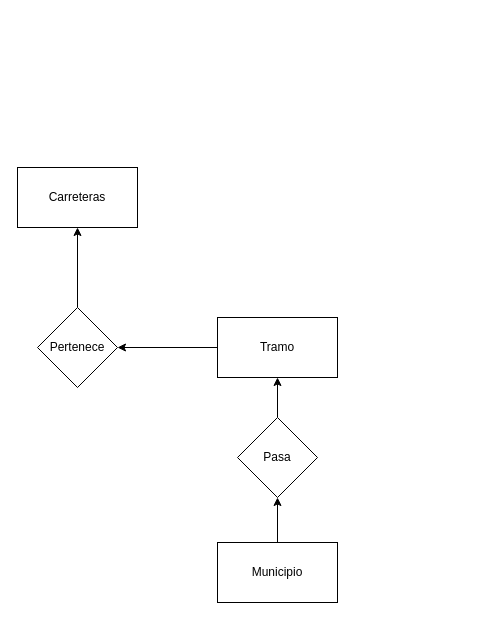
Gotrufo-Eloy/Proyectos keeps this draw.io diagram as Base Datos/16.drawio. Above is the earlier version. Source tidied: cells renumbered, new cells numbered last; positions are measured from the earlier drawing's top-left corner, leaving out a move shared by most shapes. Both pictures are drawn from the tidied source at 100%, with x=0, y=0 at pixel (17, 167).
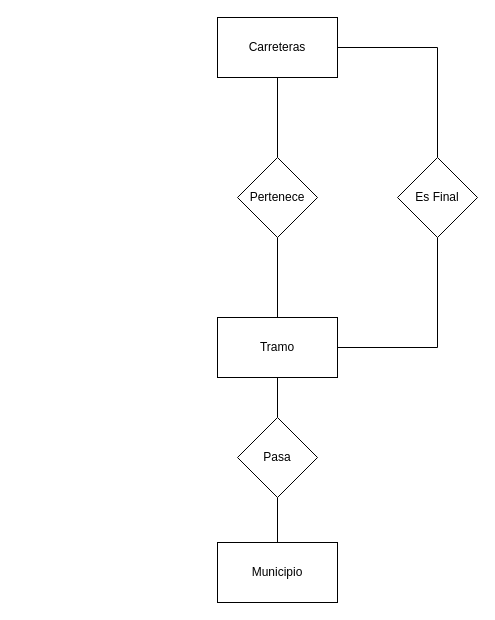
The same diagram, later.

What changed in the source:
```diff
@@
 <mxGraphModel>
   <root>
     <mxCell id="0" />
     <mxCell id="1" parent="0" />
     <mxCell id="2" value="Carreteras" style="rounded=0;whiteSpace=wrap;html=1;" parent="1" vertex="1">
-      <mxGeometry width="120" height="60" as="geometry" />
+      <mxGeometry x="200" y="-150" width="120" height="60" as="geometry" />
     </mxCell>
-    <mxCell id="3" style="rounded=0;jettySize=auto;html=1;" parent="1" edge="1" source="4" target="10">
+    <mxCell id="3" style="rounded=0;jettySize=auto;html=1;endArrow=none;endFill=0;" parent="1" edge="1" source="4" target="10">
       <mxGeometry relative="1" as="geometry" />
     </mxCell>
+    <mxCell id="11" style="edgeStyle=orthogonalEdgeStyle;rounded=0;jettySize=auto;html=1;endArrow=none;endFill=0;" parent="1" edge="1" source="4" target="13">
+      <mxGeometry relative="1" as="geometry" />
+    </mxCell>
     <mxCell id="4" value="Tramo" style="rounded=0;whiteSpace=wrap;html=1;" parent="1" vertex="1">
       <mxGeometry x="200" y="150" width="120" height="60" as="geometry" />
     </mxCell>
-    <mxCell id="5" style="rounded=0;jettySize=auto;html=1;" parent="1" edge="1" source="6" target="8">
+    <mxCell id="5" style="rounded=0;jettySize=auto;html=1;endArrow=none;endFill=0;" parent="1" edge="1" source="6" target="8">
       <mxGeometry relative="1" as="geometry" />
     </mxCell>
     <mxCell id="6" value="Municipio" style="rounded=0;whiteSpace=wrap;html=1;" parent="1" vertex="1">
       <mxGeometry x="200" y="375" width="120" height="60" as="geometry" />
     </mxCell>
-    <mxCell id="7" style="rounded=0;jettySize=auto;html=1;" parent="1" edge="1" source="8" target="4">
+    <mxCell id="7" style="rounded=0;jettySize=auto;html=1;endArrow=none;endFill=0;" parent="1" edge="1" source="8" target="4">
       <mxGeometry relative="1" as="geometry" />
     </mxCell>
     <mxCell id="8" value="Pasa" style="rhombus;whiteSpace=wrap;html=1;rounded=0;" parent="1" vertex="1">
       <mxGeometry x="220" y="250" width="80" height="80" as="geometry" />
     </mxCell>
-    <mxCell id="9" style="rounded=0;jettySize=auto;html=1;" parent="1" edge="1" source="10" target="2">
+    <mxCell id="9" style="rounded=0;jettySize=auto;html=1;endArrow=none;endFill=0;" parent="1" edge="1" source="10" target="2">
       <mxGeometry relative="1" as="geometry" />
     </mxCell>
     <mxCell id="10" value="Pertenece" style="rhombus;whiteSpace=wrap;html=1;rounded=0;" parent="1" vertex="1">
-      <mxGeometry x="20" y="140" width="80" height="80" as="geometry" />
+      <mxGeometry x="220" y="-10" width="80" height="80" as="geometry" />
     </mxCell>
+    <mxCell id="12" style="edgeStyle=orthogonalEdgeStyle;rounded=0;jettySize=auto;html=1;entryX=1;entryY=0.5;entryDx=0;entryDy=0;endArrow=none;endFill=0;" parent="1" edge="1" source="13" target="2">
+      <mxGeometry relative="1" as="geometry">
+        <Array as="points">
+          <mxPoint x="420" y="-120" />
+        </Array>
+      </mxGeometry>
+    </mxCell>
+    <mxCell id="13" value="Es Final" style="rhombus;whiteSpace=wrap;html=1;rounded=0;" parent="1" vertex="1">
+      <mxGeometry x="380" y="-10" width="80" height="80" as="geometry" />
+    </mxCell>
   </root>
 </mxGraphModel>
```
